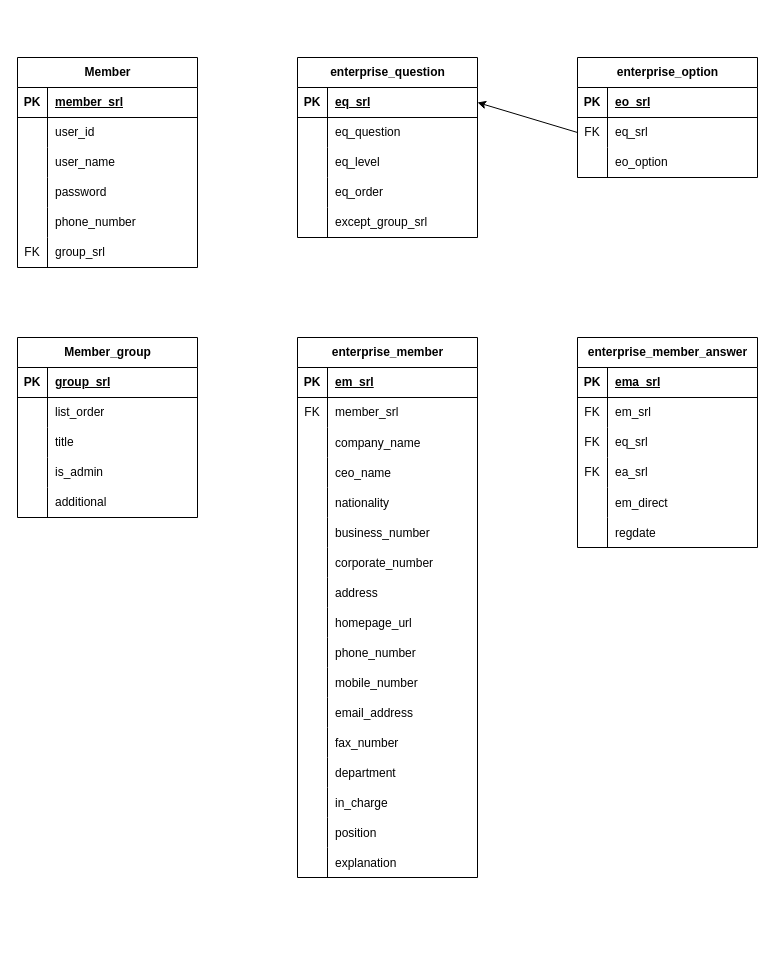
Before: page "member" (1 of 2) of v0.0.1.drawio in eunhan93/g_v, a draw.io diagram. Source tidied: cells renumbered, new cells numbered last; positions are measured from the earlier drawing's top-left corner, leaving out a move shared by most shapes. Both pictures are drawn from the tidied source at 100%, with x=0, y=0 at pixel (17, 57).
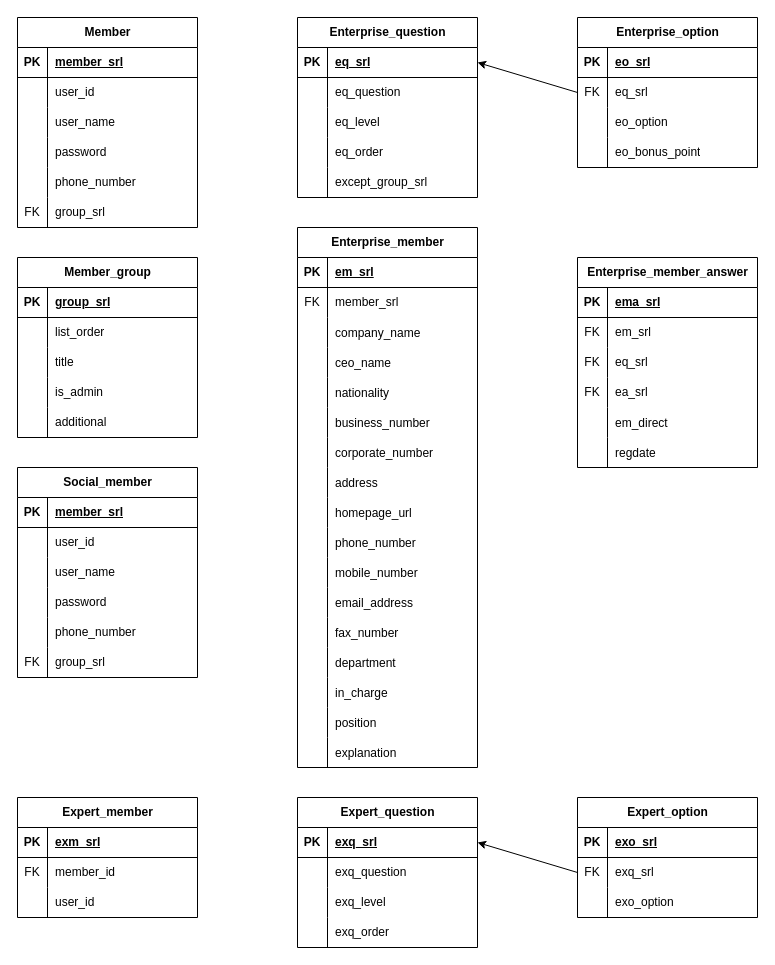
After the change.

The edit, as a diff of the source:
```diff
@@
     <mxCell id="2" value="Member" style="shape=table;startSize=30;childLayout=tableLayout;rowLines=0;fontStyle=1;align=center;html=1;" parent="1" vertex="1">
-      <mxGeometry width="180" height="210" as="geometry" />
+      <mxGeometry y="-40" width="180" height="210" as="geometry" />
     </mxCell>
@@
     <mxCell id="21" value="Member_group" style="shape=table;startSize=30;childLayout=tableLayout;rowLines=0;fontStyle=1;align=center;html=1;" parent="1" vertex="1">
-      <mxGeometry y="280" width="180" height="180" as="geometry" />
+      <mxGeometry y="200" width="180" height="180" as="geometry" />
     </mxCell>
@@
-    <mxCell id="37" value="enterprise_question" style="shape=table;startSize=30;childLayout=tableLayout;rowLines=0;fontStyle=1;align=center;html=1;" parent="1" vertex="1">
-      <mxGeometry x="280" width="180" height="180" as="geometry" />
+    <mxCell id="37" value="Enterprise_question" style="shape=table;startSize=30;childLayout=tableLayout;rowLines=0;fontStyle=1;align=center;html=1;" parent="1" vertex="1">
+      <mxGeometry x="280" y="-40" width="180" height="180" as="geometry" />
     </mxCell>
@@
-    <mxCell id="53" value="enterprise_option" style="shape=table;startSize=30;childLayout=tableLayout;rowLines=0;fontStyle=1;align=center;html=1;" parent="1" vertex="1">
-      <mxGeometry x="560" width="180" height="120" as="geometry" />
+    <mxCell id="53" value="Enterprise_option" style="shape=table;startSize=30;childLayout=tableLayout;rowLines=0;fontStyle=1;align=center;html=1;" parent="1" vertex="1">
+      <mxGeometry x="560" y="-40" width="180" height="150" as="geometry" />
     </mxCell>
@@
+    <mxCell id="135" style="shape=tableRow;horizontal=0;startSize=0;swimlaneHead=0;swimlaneBody=0;fillColor=none;top=0;left=0;right=0;bottom=0;" parent="53" vertex="1">
+      <mxGeometry y="120" width="180" height="30" as="geometry" />
+    </mxCell>
+    <mxCell id="136" style="shape=partialRectangle;fillColor=none;top=0;left=0;bottom=0;right=0;overflow=hidden;whiteSpace=wrap;html=1;" parent="135" vertex="1">
+      <mxGeometry width="30" height="30" as="geometry" />
+    </mxCell>
+    <mxCell id="137" value="eo_bonus_point" style="shape=partialRectangle;fillColor=none;top=0;left=0;bottom=0;right=0;align=left;spacingLeft=6;overflow=hidden;whiteSpace=wrap;html=1;" parent="135" vertex="1">
+      <mxGeometry x="30" width="150" height="30" as="geometry" />
+    </mxCell>
@@
-    <mxCell id="64" value="enterprise_member" style="shape=table;startSize=30;childLayout=tableLayout;rowLines=0;fontStyle=1;align=center;html=1;" parent="1" vertex="1">
-      <mxGeometry x="280" y="280" width="180" height="540" as="geometry" />
+    <mxCell id="64" value="Enterprise_member" style="shape=table;startSize=30;childLayout=tableLayout;rowLines=0;fontStyle=1;align=center;html=1;" parent="1" vertex="1">
+      <mxGeometry x="280" y="170" width="180" height="540" as="geometry" />
     </mxCell>
@@
-    <mxCell id="116" value="enterprise_member_answer" style="shape=table;startSize=30;childLayout=tableLayout;rowLines=0;fontStyle=1;align=center;html=1;" parent="1" vertex="1">
-      <mxGeometry x="560" y="280" width="180" height="210" as="geometry" />
+    <mxCell id="116" value="Enterprise_member_answer" style="shape=table;startSize=30;childLayout=tableLayout;rowLines=0;fontStyle=1;align=center;html=1;" parent="1" vertex="1">
+      <mxGeometry x="560" y="200" width="180" height="210" as="geometry" />
     </mxCell>
@@
+    <mxCell id="138" value="Social_member" style="shape=table;startSize=30;childLayout=tableLayout;rowLines=0;fontStyle=1;align=center;html=1;" parent="1" vertex="1">
+      <mxGeometry y="410" width="180" height="210" as="geometry" />
+    </mxCell>
+    <mxCell id="139" style="shape=tableRow;horizontal=0;startSize=0;swimlaneHead=0;swimlaneBody=0;fillColor=none;top=0;left=0;right=0;bottom=1;" parent="138" vertex="1">
+      <mxGeometry y="30" width="180" height="30" as="geometry" />
+    </mxCell>
+    <mxCell id="140" value="PK" style="shape=partialRectangle;fillColor=none;top=0;left=0;bottom=0;right=0;fontStyle=1;overflow=hidden;whiteSpace=wrap;html=1;" parent="139" vertex="1">
+      <mxGeometry width="30" height="30" as="geometry" />
+    </mxCell>
+    <mxCell id="141" value="member_srl" style="shape=partialRectangle;fillColor=none;top=0;left=0;bottom=0;right=0;align=left;spacingLeft=6;fontStyle=5;overflow=hidden;whiteSpace=wrap;html=1;" parent="139" vertex="1">
+      <mxGeometry x="30" width="150" height="30" as="geometry" />
+    </mxCell>
+    <mxCell id="142" style="shape=tableRow;horizontal=0;startSize=0;swimlaneHead=0;swimlaneBody=0;fillColor=none;top=0;left=0;right=0;bottom=0;" parent="138" vertex="1">
+      <mxGeometry y="60" width="180" height="30" as="geometry" />
+    </mxCell>
+    <mxCell id="143" style="shape=partialRectangle;fillColor=none;top=0;left=0;bottom=0;right=0;overflow=hidden;whiteSpace=wrap;html=1;" parent="142" vertex="1">
+      <mxGeometry width="30" height="30" as="geometry" />
+    </mxCell>
+    <mxCell id="144" value="user_id" style="shape=partialRectangle;fillColor=none;top=0;left=0;bottom=0;right=0;align=left;spacingLeft=6;overflow=hidden;whiteSpace=wrap;html=1;" parent="142" vertex="1">
+      <mxGeometry x="30" width="150" height="30" as="geometry" />
+    </mxCell>
+    <mxCell id="145" style="shape=tableRow;horizontal=0;startSize=0;swimlaneHead=0;swimlaneBody=0;fillColor=none;top=0;left=0;right=0;bottom=0;" parent="138" vertex="1">
+      <mxGeometry y="90" width="180" height="30" as="geometry" />
+    </mxCell>
+    <mxCell id="146" style="shape=partialRectangle;fillColor=none;top=0;left=0;bottom=0;right=0;overflow=hidden;whiteSpace=wrap;html=1;" parent="145" vertex="1">
+      <mxGeometry width="30" height="30" as="geometry" />
+    </mxCell>
+    <mxCell id="147" value="user_name" style="shape=partialRectangle;fillColor=none;top=0;left=0;bottom=0;right=0;align=left;spacingLeft=6;overflow=hidden;whiteSpace=wrap;html=1;" parent="145" vertex="1">
+      <mxGeometry x="30" width="150" height="30" as="geometry" />
+    </mxCell>
+    <mxCell id="148" style="shape=tableRow;horizontal=0;startSize=0;swimlaneHead=0;swimlaneBody=0;fillColor=none;top=0;left=0;right=0;bottom=0;" parent="138" vertex="1">
+      <mxGeometry y="120" width="180" height="30" as="geometry" />
+    </mxCell>
+    <mxCell id="149" style="shape=partialRectangle;fillColor=none;top=0;left=0;bottom=0;right=0;overflow=hidden;whiteSpace=wrap;html=1;" parent="148" vertex="1">
+      <mxGeometry width="30" height="30" as="geometry" />
+    </mxCell>
+    <mxCell id="150" value="password" style="shape=partialRectangle;fillColor=none;top=0;left=0;bottom=0;right=0;align=left;spacingLeft=6;overflow=hidden;whiteSpace=wrap;html=1;" parent="148" vertex="1">
+      <mxGeometry x="30" width="150" height="30" as="geometry" />
+    </mxCell>
+    <mxCell id="151" style="shape=tableRow;horizontal=0;startSize=0;swimlaneHead=0;swimlaneBody=0;fillColor=none;top=0;left=0;right=0;bottom=0;" parent="138" vertex="1">
+      <mxGeometry y="150" width="180" height="30" as="geometry" />
+    </mxCell>
+    <mxCell id="152" style="shape=partialRectangle;fillColor=none;top=0;left=0;bottom=0;right=0;overflow=hidden;whiteSpace=wrap;html=1;" parent="151" vertex="1">
+      <mxGeometry width="30" height="30" as="geometry" />
+    </mxCell>
+    <mxCell id="153" value="phone_number" style="shape=partialRectangle;fillColor=none;top=0;left=0;bottom=0;right=0;align=left;spacingLeft=6;overflow=hidden;whiteSpace=wrap;html=1;" parent="151" vertex="1">
+      <mxGeometry x="30" width="150" height="30" as="geometry" />
+    </mxCell>
+    <mxCell id="154" style="shape=tableRow;horizontal=0;startSize=0;swimlaneHead=0;swimlaneBody=0;fillColor=none;top=0;left=0;right=0;bottom=0;" parent="138" vertex="1">
+      <mxGeometry y="180" width="180" height="30" as="geometry" />
+    </mxCell>
+    <mxCell id="155" value="FK" style="shape=partialRectangle;fillColor=none;top=0;left=0;bottom=0;right=0;overflow=hidden;whiteSpace=wrap;html=1;" parent="154" vertex="1">
+      <mxGeometry width="30" height="30" as="geometry" />
+    </mxCell>
+    <mxCell id="156" value="group_srl" style="shape=partialRectangle;fillColor=none;top=0;left=0;bottom=0;right=0;align=left;spacingLeft=6;overflow=hidden;whiteSpace=wrap;html=1;" parent="154" vertex="1">
+      <mxGeometry x="30" width="150" height="30" as="geometry" />
+    </mxCell>
+    <mxCell id="157" value="Expert_question" style="shape=table;startSize=30;childLayout=tableLayout;rowLines=0;fontStyle=1;align=center;html=1;" parent="1" vertex="1">
+      <mxGeometry x="280" y="740" width="180" height="150" as="geometry" />
+    </mxCell>
+    <mxCell id="158" style="shape=tableRow;horizontal=0;startSize=0;swimlaneHead=0;swimlaneBody=0;fillColor=none;points=[[0,0.5],[1,0.5]];portConstraint=eastwest;top=0;left=0;right=0;bottom=1;" parent="157" vertex="1">
+      <mxGeometry y="30" width="180" height="30" as="geometry" />
+    </mxCell>
+    <mxCell id="159" value="PK" style="shape=partialRectangle;fillColor=none;top=0;left=0;bottom=0;right=0;fontStyle=1;overflow=hidden;whiteSpace=wrap;html=1;" parent="158" vertex="1">
+      <mxGeometry width="30" height="30" as="geometry" />
+    </mxCell>
+    <mxCell id="160" value="exq_srl" style="shape=partialRectangle;fillColor=none;top=0;left=0;bottom=0;right=0;align=left;spacingLeft=6;fontStyle=5;overflow=hidden;whiteSpace=wrap;html=1;" parent="158" vertex="1">
+      <mxGeometry x="30" width="150" height="30" as="geometry" />
+    </mxCell>
+    <mxCell id="161" style="shape=tableRow;horizontal=0;startSize=0;swimlaneHead=0;swimlaneBody=0;fillColor=none;top=0;left=0;right=0;bottom=0;" parent="157" vertex="1">
+      <mxGeometry y="60" width="180" height="30" as="geometry" />
+    </mxCell>
+    <mxCell id="162" style="shape=partialRectangle;fillColor=none;top=0;left=0;bottom=0;right=0;overflow=hidden;whiteSpace=wrap;html=1;" parent="161" vertex="1">
+      <mxGeometry width="30" height="30" as="geometry" />
+    </mxCell>
+    <mxCell id="163" value="exq_question" style="shape=partialRectangle;fillColor=none;top=0;left=0;bottom=0;right=0;align=left;spacingLeft=6;overflow=hidden;whiteSpace=wrap;html=1;" parent="161" vertex="1">
+      <mxGeometry x="30" width="150" height="30" as="geometry" />
+    </mxCell>
+    <mxCell id="164" style="shape=tableRow;horizontal=0;startSize=0;swimlaneHead=0;swimlaneBody=0;fillColor=none;top=0;left=0;right=0;bottom=0;" parent="157" vertex="1">
+      <mxGeometry y="90" width="180" height="30" as="geometry" />
+    </mxCell>
+    <mxCell id="165" style="shape=partialRectangle;fillColor=none;top=0;left=0;bottom=0;right=0;overflow=hidden;whiteSpace=wrap;html=1;" parent="164" vertex="1">
+      <mxGeometry width="30" height="30" as="geometry" />
+    </mxCell>
+    <mxCell id="166" value="exq_level" style="shape=partialRectangle;fillColor=none;top=0;left=0;bottom=0;right=0;align=left;spacingLeft=6;overflow=hidden;whiteSpace=wrap;html=1;" parent="164" vertex="1">
+      <mxGeometry x="30" width="150" height="30" as="geometry" />
+    </mxCell>
+    <mxCell id="167" style="shape=tableRow;horizontal=0;startSize=0;swimlaneHead=0;swimlaneBody=0;fillColor=none;top=0;left=0;right=0;bottom=0;" parent="157" vertex="1">
+      <mxGeometry y="120" width="180" height="30" as="geometry" />
+    </mxCell>
+    <mxCell id="168" style="shape=partialRectangle;fillColor=none;top=0;left=0;bottom=0;right=0;overflow=hidden;whiteSpace=wrap;html=1;" parent="167" vertex="1">
+      <mxGeometry width="30" height="30" as="geometry" />
+    </mxCell>
+    <mxCell id="169" value="exq_order" style="shape=partialRectangle;fillColor=none;top=0;left=0;bottom=0;right=0;align=left;spacingLeft=6;overflow=hidden;whiteSpace=wrap;html=1;" parent="167" vertex="1">
+      <mxGeometry x="30" width="150" height="30" as="geometry" />
+    </mxCell>
+    <mxCell id="170" value="Expert_option" style="shape=table;startSize=30;childLayout=tableLayout;rowLines=0;fontStyle=1;align=center;html=1;" parent="1" vertex="1">
+      <mxGeometry x="560" y="740" width="180" height="120" as="geometry" />
+    </mxCell>
+    <mxCell id="171" style="shape=tableRow;horizontal=0;startSize=0;swimlaneHead=0;swimlaneBody=0;fillColor=none;top=0;left=0;right=0;bottom=1;" parent="170" vertex="1">
+      <mxGeometry y="30" width="180" height="30" as="geometry" />
+    </mxCell>
+    <mxCell id="172" value="PK" style="shape=partialRectangle;fillColor=none;top=0;left=0;bottom=0;right=0;fontStyle=1;overflow=hidden;whiteSpace=wrap;html=1;" parent="171" vertex="1">
+      <mxGeometry width="30" height="30" as="geometry" />
+    </mxCell>
+    <mxCell id="173" value="exo_srl" style="shape=partialRectangle;fillColor=none;top=0;left=0;bottom=0;right=0;align=left;spacingLeft=6;fontStyle=5;overflow=hidden;whiteSpace=wrap;html=1;" parent="171" vertex="1">
+      <mxGeometry x="30" width="150" height="30" as="geometry" />
+    </mxCell>
+    <mxCell id="174" style="shape=tableRow;horizontal=0;startSize=0;swimlaneHead=0;swimlaneBody=0;fillColor=none;points=[[0,0.5],[1,0.5]];portConstraint=eastwest;top=0;left=0;right=0;bottom=0;" parent="170" vertex="1">
+      <mxGeometry y="60" width="180" height="30" as="geometry" />
+    </mxCell>
+    <mxCell id="175" value="FK" style="shape=partialRectangle;fillColor=none;top=0;left=0;bottom=0;right=0;fontStyle=0;overflow=hidden;whiteSpace=wrap;html=1;" parent="174" vertex="1">
+      <mxGeometry width="30" height="30" as="geometry" />
+    </mxCell>
+    <mxCell id="176" value="exq_srl" style="shape=partialRectangle;fillColor=none;top=0;left=0;bottom=0;right=0;align=left;spacingLeft=6;fontStyle=0;overflow=hidden;whiteSpace=wrap;html=1;" parent="174" vertex="1">
+      <mxGeometry x="30" width="150" height="30" as="geometry" />
+    </mxCell>
+    <mxCell id="177" style="shape=tableRow;horizontal=0;startSize=0;swimlaneHead=0;swimlaneBody=0;fillColor=none;top=0;left=0;right=0;bottom=0;" parent="170" vertex="1">
+      <mxGeometry y="90" width="180" height="30" as="geometry" />
+    </mxCell>
+    <mxCell id="178" style="shape=partialRectangle;fillColor=none;top=0;left=0;bottom=0;right=0;overflow=hidden;whiteSpace=wrap;html=1;" parent="177" vertex="1">
+      <mxGeometry width="30" height="30" as="geometry" />
+    </mxCell>
+    <mxCell id="179" value="exo_option" style="shape=partialRectangle;fillColor=none;top=0;left=0;bottom=0;right=0;align=left;spacingLeft=6;overflow=hidden;whiteSpace=wrap;html=1;" parent="177" vertex="1">
+      <mxGeometry x="30" width="150" height="30" as="geometry" />
+    </mxCell>
+    <mxCell id="180" style="edgeStyle=none;rounded=0;jettySize=auto;html=1;exitX=0;exitY=0.5;exitDx=0;exitDy=0;entryX=1;entryY=0.5;entryDx=0;entryDy=0;" parent="1" edge="1" source="174" target="158">
+      <mxGeometry relative="1" as="geometry" />
+    </mxCell>
+    <mxCell id="181" value="Expert_member" style="shape=table;startSize=30;childLayout=tableLayout;rowLines=0;fontStyle=1;align=center;html=1;" parent="1" vertex="1">
+      <mxGeometry y="740" width="180" height="120" as="geometry" />
+    </mxCell>
+    <mxCell id="182" style="shape=tableRow;horizontal=0;startSize=0;swimlaneHead=0;swimlaneBody=0;fillColor=none;top=0;left=0;right=0;bottom=1;" parent="181" vertex="1">
+      <mxGeometry y="30" width="180" height="30" as="geometry" />
+    </mxCell>
+    <mxCell id="183" value="PK" style="shape=partialRectangle;fillColor=none;top=0;left=0;bottom=0;right=0;fontStyle=1;overflow=hidden;whiteSpace=wrap;html=1;" parent="182" vertex="1">
+      <mxGeometry width="30" height="30" as="geometry" />
+    </mxCell>
+    <mxCell id="184" value="exm_srl" style="shape=partialRectangle;fillColor=none;top=0;left=0;bottom=0;right=0;align=left;spacingLeft=6;fontStyle=5;overflow=hidden;whiteSpace=wrap;html=1;" parent="182" vertex="1">
+      <mxGeometry x="30" width="150" height="30" as="geometry" />
+    </mxCell>
+    <mxCell id="185" style="shape=tableRow;horizontal=0;startSize=0;swimlaneHead=0;swimlaneBody=0;fillColor=none;top=0;left=0;right=0;bottom=0;" parent="181" vertex="1">
+      <mxGeometry y="60" width="180" height="30" as="geometry" />
+    </mxCell>
+    <mxCell id="186" value="FK" style="shape=partialRectangle;fillColor=none;top=0;left=0;bottom=0;right=0;fontStyle=0;overflow=hidden;whiteSpace=wrap;html=1;" parent="185" vertex="1">
+      <mxGeometry width="30" height="30" as="geometry" />
+    </mxCell>
+    <mxCell id="187" value="member_id" style="shape=partialRectangle;fillColor=none;top=0;left=0;bottom=0;right=0;align=left;spacingLeft=6;fontStyle=0;overflow=hidden;whiteSpace=wrap;html=1;" parent="185" vertex="1">
+      <mxGeometry x="30" width="150" height="30" as="geometry" />
+    </mxCell>
+    <mxCell id="188" style="shape=tableRow;horizontal=0;startSize=0;swimlaneHead=0;swimlaneBody=0;fillColor=none;top=0;left=0;right=0;bottom=0;" parent="181" vertex="1">
+      <mxGeometry y="90" width="180" height="30" as="geometry" />
+    </mxCell>
+    <mxCell id="189" style="shape=partialRectangle;fillColor=none;top=0;left=0;bottom=0;right=0;overflow=hidden;whiteSpace=wrap;html=1;" parent="188" vertex="1">
+      <mxGeometry width="30" height="30" as="geometry" />
+    </mxCell>
+    <mxCell id="190" value="user_id" style="shape=partialRectangle;fillColor=none;top=0;left=0;bottom=0;right=0;align=left;spacingLeft=6;overflow=hidden;whiteSpace=wrap;html=1;" parent="188" vertex="1">
+      <mxGeometry x="30" width="150" height="30" as="geometry" />
+    </mxCell>
```
